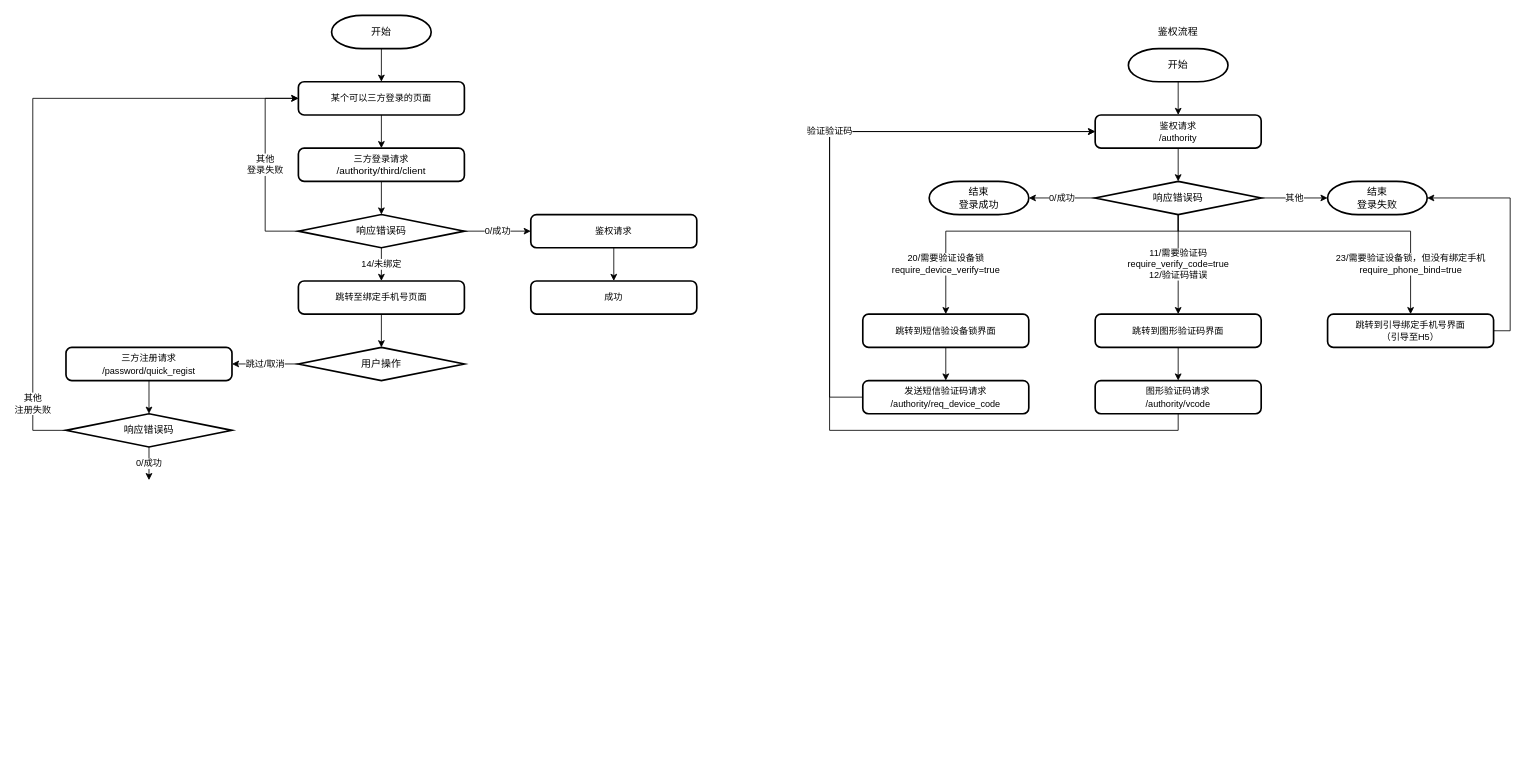
Above: ThirdBindPhone.drawio in Cmdone/Draw.io (draw.io), before the change. Source tidied: cells renumbered, new cells numbered last; positions are measured from the earlier drawing's top-left corner, leaving out a move shared by most shapes. Both pictures are drawn from the tidied source at 83%, with x=0, y=0 at pixel (32, 15).
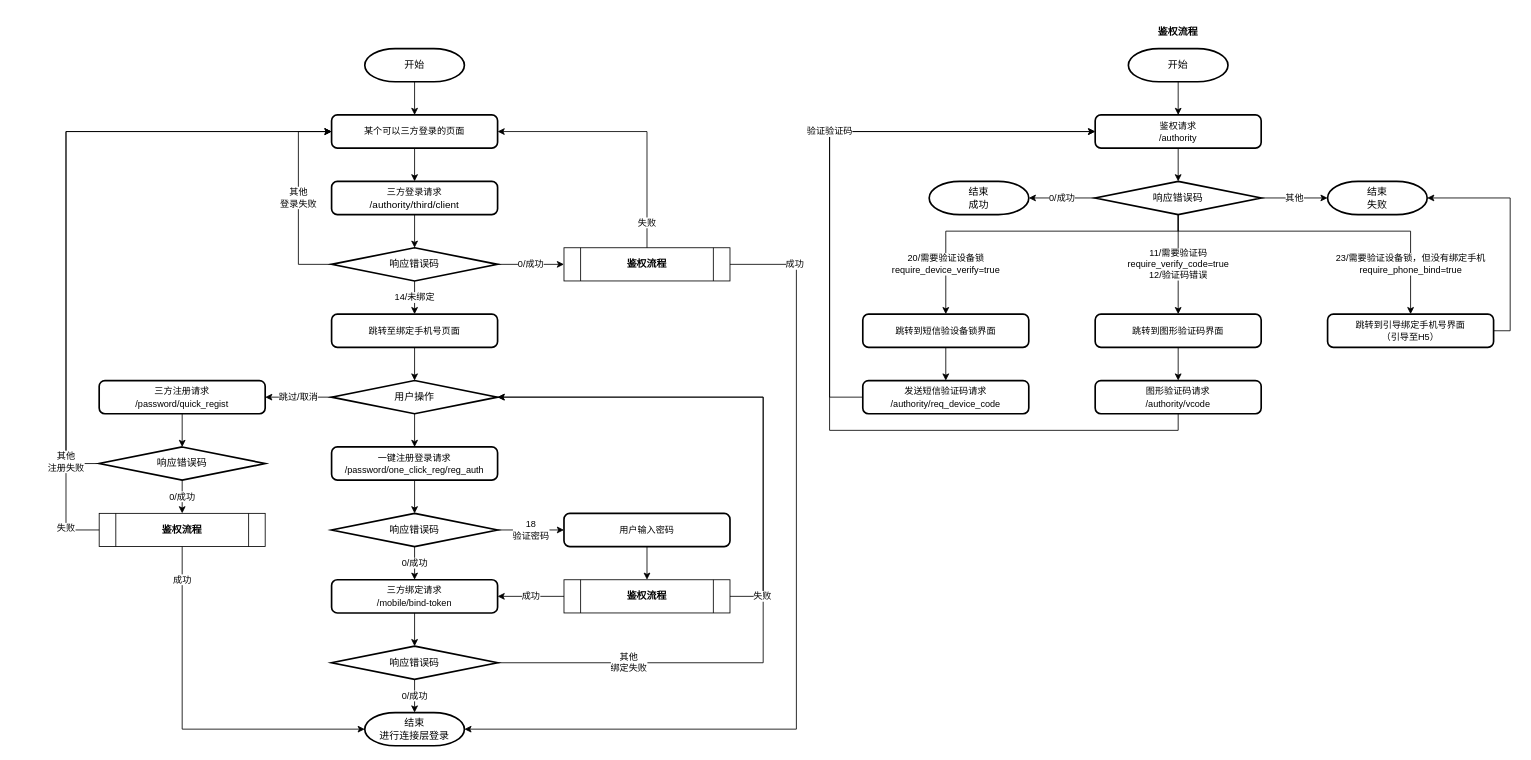
The same page after the edit.

Diff of the diagram source:
```diff
@@
+    <mxCell id="47" value="其他&lt;br&gt;绑定失败" style="edgeStyle=orthogonalEdgeStyle;rounded=0;jettySize=auto;html=1;exitX=1;exitY=0.5;exitDx=0;exitDy=0;exitPerimeter=0;entryX=1;entryY=0.5;entryDx=0;entryDy=0;entryPerimeter=0;" parent="1" edge="1" source="68" target="15">
+      <mxGeometry x="-0.67" relative="1" as="geometry">
+        <Array as="points">
+          <mxPoint x="880" y="780" />
+          <mxPoint x="880" y="460" />
+        </Array>
+      </mxGeometry>
+    </mxCell>
+    <mxCell id="48" value="失败" style="edgeStyle=orthogonalEdgeStyle;rounded=0;jettySize=auto;html=1;exitX=0;exitY=0.5;exitDx=0;exitDy=0;entryX=0;entryY=0.5;entryDx=0;entryDy=0;" parent="1" edge="1" source="54" target="18">
+      <mxGeometry x="-0.9" relative="1" as="geometry">
+        <Array as="points">
+          <mxPoint x="40" y="620" />
+          <mxPoint x="40" y="140" />
+        </Array>
+      </mxGeometry>
+    </mxCell>
@@
     <mxCell id="3" value="&lt;span style=&quot;font-size: 11px ; background-color: rgb(255 , 255 , 255)&quot;&gt;三方登录请求&lt;/span&gt;&lt;br&gt;/authority/third/client" style="rounded=1;whiteSpace=wrap;html=1;absoluteArcSize=1;arcSize=14;strokeWidth=2;fillColor=none;" parent="1" vertex="1">
-      <mxGeometry x="320" y="160" width="200" height="40" as="geometry" />
+      <mxGeometry x="360" y="200" width="200" height="40" as="geometry" />
     </mxCell>
@@
-    <mxCell id="5" value="0/成功" style="edgeStyle=orthogonalEdgeStyle;rounded=0;jettySize=auto;html=1;exitX=1;exitY=0.5;exitDx=0;exitDy=0;exitPerimeter=0;entryX=0;entryY=0.5;entryDx=0;entryDy=0;" parent="1" edge="1" source="8" target="10">
+    <mxCell id="5" value="0/成功" style="edgeStyle=orthogonalEdgeStyle;rounded=0;jettySize=auto;html=1;exitX=1;exitY=0.5;exitDx=0;exitDy=0;exitPerimeter=0;" parent="1" edge="1" source="8" target="52">
       <mxGeometry relative="1" as="geometry" />
     </mxCell>
@@
     <mxCell id="7" value="其他&lt;br&gt;登录失败" style="edgeStyle=orthogonalEdgeStyle;rounded=0;jettySize=auto;html=1;exitX=0;exitY=0.5;exitDx=0;exitDy=0;exitPerimeter=0;entryX=0;entryY=0.5;entryDx=0;entryDy=0;" parent="1" edge="1" source="8" target="18">
       <mxGeometry relative="1" as="geometry">
         <Array as="points">
-          <mxPoint x="280" y="260" />
-          <mxPoint x="280" y="100" />
+          <mxPoint x="320" y="300" />
+          <mxPoint x="320" y="140" />
         </Array>
       </mxGeometry>
     </mxCell>
     <mxCell id="8" value="响应错误码" style="strokeWidth=2;html=1;shape=mxgraph.flowchart.decision;whiteSpace=wrap;fillColor=none;" parent="1" vertex="1">
-      <mxGeometry x="320" y="240" width="200" height="40" as="geometry" />
+      <mxGeometry x="360" y="280" width="200" height="40" as="geometry" />
     </mxCell>
-    <mxCell id="9" style="edgeStyle=orthogonalEdgeStyle;rounded=0;jettySize=auto;html=1;exitX=0.5;exitY=1;exitDx=0;exitDy=0;entryX=0.5;entryY=0;entryDx=0;entryDy=0;" parent="1" edge="1" source="10" target="11">
-      <mxGeometry relative="1" as="geometry" />
-    </mxCell>
-    <mxCell id="10" value="&lt;span style=&quot;font-size: 11px ; background-color: rgb(255 , 255 , 255)&quot;&gt;鉴权请求&lt;/span&gt;" style="rounded=1;whiteSpace=wrap;html=1;absoluteArcSize=1;arcSize=14;strokeWidth=2;fillColor=none;" parent="1" vertex="1">
-      <mxGeometry x="600" y="240" width="200" height="40" as="geometry" />
-    </mxCell>
-    <mxCell id="11" value="&lt;span style=&quot;font-size: 11px ; background-color: rgb(255 , 255 , 255)&quot;&gt;成功&lt;/span&gt;" style="rounded=1;whiteSpace=wrap;html=1;absoluteArcSize=1;arcSize=14;strokeWidth=2;fillColor=none;" parent="1" vertex="1">
-      <mxGeometry x="600" y="320" width="200" height="40" as="geometry" />
-    </mxCell>
@@
     <mxCell id="13" value="&lt;span style=&quot;font-size: 11px ; background-color: rgb(255 , 255 , 255)&quot;&gt;跳转至绑定手机号页面&lt;/span&gt;" style="rounded=1;whiteSpace=wrap;html=1;absoluteArcSize=1;arcSize=14;strokeWidth=2;fillColor=none;" parent="1" vertex="1">
-      <mxGeometry x="320" y="320" width="200" height="40" as="geometry" />
+      <mxGeometry x="360" y="360" width="200" height="40" as="geometry" />
     </mxCell>
@@
+    <mxCell id="49" style="edgeStyle=orthogonalEdgeStyle;rounded=0;jettySize=auto;html=1;exitX=0.5;exitY=1;exitDx=0;exitDy=0;exitPerimeter=0;" parent="1" edge="1" source="15" target="56">
+      <mxGeometry relative="1" as="geometry" />
+    </mxCell>
     <mxCell id="15" value="用户操作" style="strokeWidth=2;html=1;shape=mxgraph.flowchart.decision;whiteSpace=wrap;fillColor=none;" parent="1" vertex="1">
-      <mxGeometry x="320" y="400" width="200" height="40" as="geometry" />
+      <mxGeometry x="360" y="440" width="200" height="40" as="geometry" />
     </mxCell>
@@
     <mxCell id="17" value="&lt;span style=&quot;background-color: rgb(255 , 255 , 255)&quot;&gt;&lt;span style=&quot;font-size: 11px&quot;&gt;三方注册请求&lt;/span&gt;&lt;br&gt;&lt;span style=&quot;font-size: 11px&quot;&gt;/password/quick_regist&lt;/span&gt;&lt;br&gt;&lt;/span&gt;" style="rounded=1;whiteSpace=wrap;html=1;absoluteArcSize=1;arcSize=14;strokeWidth=2;fillColor=none;" parent="1" vertex="1">
-      <mxGeometry x="40" y="400" width="200" height="40" as="geometry" />
+      <mxGeometry x="80" y="440" width="200" height="40" as="geometry" />
     </mxCell>
     <mxCell id="18" value="&lt;span style=&quot;font-size: 11px ; background-color: rgb(255 , 255 , 255)&quot;&gt;某个可以三方登录的页面&lt;/span&gt;" style="rounded=1;whiteSpace=wrap;html=1;absoluteArcSize=1;arcSize=14;strokeWidth=2;fillColor=none;" parent="1" vertex="1">
-      <mxGeometry x="320" y="80" width="200" height="40" as="geometry" />
+      <mxGeometry x="360" y="120" width="200" height="40" as="geometry" />
     </mxCell>
@@
     <mxCell id="20" value="开始" style="strokeWidth=2;html=1;shape=mxgraph.flowchart.terminator;whiteSpace=wrap;fillColor=none;" parent="1" vertex="1">
-      <mxGeometry x="360" width="120" height="40" as="geometry" />
+      <mxGeometry x="400" y="40" width="120" height="40" as="geometry" />
     </mxCell>
     <mxCell id="21" value="其他&lt;br&gt;注册失败" style="edgeStyle=orthogonalEdgeStyle;rounded=0;jettySize=auto;html=1;exitX=0;exitY=0.5;exitDx=0;exitDy=0;exitPerimeter=0;entryX=0;entryY=0.5;entryDx=0;entryDy=0;" parent="1" edge="1" source="23" target="18">
-      <mxGeometry x="-0.89" y="-30" relative="1" as="geometry">
+      <mxGeometry x="-0.89" relative="1" as="geometry">
         <Array as="points">
-          <mxPoint y="500" />
-          <mxPoint y="100" />
+          <mxPoint x="40" y="540" />
+          <mxPoint x="40" y="140" />
         </Array>
-        <mxPoint x="-30" y="-30" as="offset" />
       </mxGeometry>
     </mxCell>
-    <mxCell id="22" value="0/成功" style="edgeStyle=orthogonalEdgeStyle;rounded=0;jettySize=auto;html=1;exitX=0.5;exitY=1;exitDx=0;exitDy=0;exitPerimeter=0;entryX=0.5;entryY=0;entryDx=0;entryDy=0;" parent="1" edge="1" source="23">
-      <mxGeometry relative="1" as="geometry">
-        <mxPoint x="140" y="560" as="targetPoint" />
-      </mxGeometry>
+    <mxCell id="22" value="0/成功" style="edgeStyle=orthogonalEdgeStyle;rounded=0;jettySize=auto;html=1;exitX=0.5;exitY=1;exitDx=0;exitDy=0;exitPerimeter=0;" parent="1" edge="1" source="23" target="54">
+      <mxGeometry relative="1" as="geometry" />
     </mxCell>
     <mxCell id="23" value="响应错误码" style="strokeWidth=2;html=1;shape=mxgraph.flowchart.decision;whiteSpace=wrap;fillColor=none;" parent="1" vertex="1">
-      <mxGeometry x="40" y="480" width="200" height="40" as="geometry" />
+      <mxGeometry x="80" y="520" width="200" height="40" as="geometry" />
     </mxCell>
@@
-    <mxCell id="40" value="结束&lt;br&gt;登录成功" style="strokeWidth=2;html=1;shape=mxgraph.flowchart.terminator;whiteSpace=wrap;fillColor=none;" parent="1" vertex="1">
+    <mxCell id="40" value="结束&lt;br&gt;成功" style="strokeWidth=2;html=1;shape=mxgraph.flowchart.terminator;whiteSpace=wrap;fillColor=none;" parent="1" vertex="1">
       <mxGeometry x="1080" y="200" width="120" height="40" as="geometry" />
     </mxCell>
-    <mxCell id="41" value="结束&lt;br&gt;登录失败" style="strokeWidth=2;html=1;shape=mxgraph.flowchart.terminator;whiteSpace=wrap;fillColor=none;" parent="1" vertex="1">
+    <mxCell id="41" value="结束&lt;br&gt;失败" style="strokeWidth=2;html=1;shape=mxgraph.flowchart.terminator;whiteSpace=wrap;fillColor=none;" parent="1" vertex="1">
       <mxGeometry x="1560" y="200" width="120" height="40" as="geometry" />
     </mxCell>
@@
-    <mxCell id="46" value="鉴权流程" style="text;html=1;strokeColor=none;fillColor=none;align=center;verticalAlign=middle;whiteSpace=wrap;rounded=0;" parent="1" vertex="1">
+    <mxCell id="46" value="鉴权流程" style="text;html=1;strokeColor=none;fillColor=none;align=center;verticalAlign=middle;whiteSpace=wrap;rounded=0;fontStyle=1;" parent="1" vertex="1">
       <mxGeometry x="1320" y="10" width="120" height="20" as="geometry" />
     </mxCell>
+    <mxCell id="50" value="失败" style="edgeStyle=orthogonalEdgeStyle;rounded=0;jettySize=auto;html=1;exitX=0.5;exitY=0;exitDx=0;exitDy=0;entryX=1;entryY=0.5;entryDx=0;entryDy=0;" parent="1" edge="1" source="52" target="18">
+      <mxGeometry x="-0.81" relative="1" as="geometry" />
+    </mxCell>
+    <mxCell id="51" value="成功" style="edgeStyle=orthogonalEdgeStyle;rounded=0;jettySize=auto;html=1;exitX=1;exitY=0.5;exitDx=0;exitDy=0;entryX=1;entryY=0.5;entryDx=0;entryDy=0;entryPerimeter=0;" parent="1" edge="1" source="52" target="69">
+      <mxGeometry x="-0.85" relative="1" as="geometry">
+        <Array as="points">
+          <mxPoint x="920" y="300" />
+          <mxPoint x="920" y="860" />
+        </Array>
+      </mxGeometry>
+    </mxCell>
+    <mxCell id="52" value="鉴权流程" style="shape=process;whiteSpace=wrap;html=1;backgroundOutline=1;fillColor=none;fontStyle=1;" parent="1" vertex="1">
+      <mxGeometry x="640" y="280" width="200" height="40" as="geometry" />
+    </mxCell>
+    <mxCell id="53" value="成功" style="edgeStyle=orthogonalEdgeStyle;rounded=0;jettySize=auto;html=1;exitX=0.5;exitY=1;exitDx=0;exitDy=0;entryX=0;entryY=0.5;entryDx=0;entryDy=0;entryPerimeter=0;" parent="1" edge="1" source="54" target="69">
+      <mxGeometry x="-0.82" relative="1" as="geometry" />
+    </mxCell>
+    <mxCell id="54" value="鉴权流程" style="shape=process;whiteSpace=wrap;html=1;backgroundOutline=1;fillColor=none;fontStyle=1;" parent="1" vertex="1">
+      <mxGeometry x="80" y="600" width="200" height="40" as="geometry" />
+    </mxCell>
+    <mxCell id="55" style="edgeStyle=orthogonalEdgeStyle;rounded=0;jettySize=auto;html=1;exitX=0.5;exitY=1;exitDx=0;exitDy=0;" parent="1" edge="1" source="56" target="59">
+      <mxGeometry relative="1" as="geometry" />
+    </mxCell>
+    <mxCell id="56" value="&lt;span style=&quot;background-color: rgb(255 , 255 , 255)&quot;&gt;&lt;span style=&quot;font-size: 11px&quot;&gt;一键注册登录请求&lt;/span&gt;&lt;br&gt;&lt;span style=&quot;font-size: 11px&quot;&gt;/password/one_click_reg/reg_auth&lt;/span&gt;&lt;br&gt;&lt;/span&gt;" style="rounded=1;whiteSpace=wrap;html=1;absoluteArcSize=1;arcSize=14;strokeWidth=2;fillColor=none;" parent="1" vertex="1">
+      <mxGeometry x="360" y="520" width="200" height="40" as="geometry" />
+    </mxCell>
+    <mxCell id="57" value="18&lt;br&gt;验证密码" style="edgeStyle=orthogonalEdgeStyle;rounded=0;jettySize=auto;html=1;exitX=1;exitY=0.5;exitDx=0;exitDy=0;exitPerimeter=0;" parent="1" edge="1" source="59" target="61">
+      <mxGeometry relative="1" as="geometry" />
+    </mxCell>
+    <mxCell id="58" value="0/成功" style="edgeStyle=orthogonalEdgeStyle;rounded=0;jettySize=auto;html=1;exitX=0.5;exitY=1;exitDx=0;exitDy=0;exitPerimeter=0;" parent="1" edge="1" source="59" target="66">
+      <mxGeometry relative="1" as="geometry" />
+    </mxCell>
+    <mxCell id="59" value="响应错误码" style="strokeWidth=2;html=1;shape=mxgraph.flowchart.decision;whiteSpace=wrap;fillColor=none;" parent="1" vertex="1">
+      <mxGeometry x="360" y="600" width="200" height="40" as="geometry" />
+    </mxCell>
+    <mxCell id="60" style="edgeStyle=orthogonalEdgeStyle;rounded=0;jettySize=auto;html=1;exitX=0.5;exitY=1;exitDx=0;exitDy=0;entryX=0.5;entryY=0;entryDx=0;entryDy=0;" parent="1" edge="1" source="61" target="64">
+      <mxGeometry relative="1" as="geometry" />
+    </mxCell>
+    <mxCell id="61" value="&lt;span style=&quot;background-color: rgb(255 , 255 , 255)&quot;&gt;&lt;span style=&quot;font-size: 11px&quot;&gt;用户输入密码&lt;/span&gt;&lt;br&gt;&lt;/span&gt;" style="rounded=1;whiteSpace=wrap;html=1;absoluteArcSize=1;arcSize=14;strokeWidth=2;fillColor=none;" parent="1" vertex="1">
+      <mxGeometry x="640" y="600" width="200" height="40" as="geometry" />
+    </mxCell>
+    <mxCell id="62" value="成功" style="edgeStyle=orthogonalEdgeStyle;rounded=0;jettySize=auto;html=1;exitX=0;exitY=0.5;exitDx=0;exitDy=0;entryX=1;entryY=0.5;entryDx=0;entryDy=0;" parent="1" edge="1" source="64" target="66">
+      <mxGeometry relative="1" as="geometry" />
+    </mxCell>
+    <mxCell id="63" value="失败" style="edgeStyle=orthogonalEdgeStyle;rounded=0;jettySize=auto;html=1;exitX=1;exitY=0.5;exitDx=0;exitDy=0;entryX=1;entryY=0.5;entryDx=0;entryDy=0;entryPerimeter=0;" parent="1" edge="1" source="64" target="15">
+      <mxGeometry x="-0.87" relative="1" as="geometry">
+        <Array as="points">
+          <mxPoint x="880" y="700" />
+          <mxPoint x="880" y="460" />
+        </Array>
+      </mxGeometry>
+    </mxCell>
+    <mxCell id="64" value="鉴权流程" style="shape=process;whiteSpace=wrap;html=1;backgroundOutline=1;fillColor=none;fontStyle=1;" parent="1" vertex="1">
+      <mxGeometry x="640" y="680" width="200" height="40" as="geometry" />
+    </mxCell>
+    <mxCell id="65" style="edgeStyle=orthogonalEdgeStyle;rounded=0;jettySize=auto;html=1;exitX=0.5;exitY=1;exitDx=0;exitDy=0;entryX=0.5;entryY=0;entryDx=0;entryDy=0;entryPerimeter=0;" parent="1" edge="1" source="66" target="68">
+      <mxGeometry relative="1" as="geometry" />
+    </mxCell>
+    <mxCell id="66" value="&lt;span style=&quot;background-color: rgb(255 , 255 , 255)&quot;&gt;&lt;span style=&quot;font-size: 11px&quot;&gt;三方绑定请求&lt;/span&gt;&lt;br&gt;&lt;span style=&quot;font-size: 11px&quot;&gt;/mobile/bind-token&lt;/span&gt;&lt;br&gt;&lt;/span&gt;" style="rounded=1;whiteSpace=wrap;html=1;absoluteArcSize=1;arcSize=14;strokeWidth=2;fillColor=none;" parent="1" vertex="1">
+      <mxGeometry x="360" y="680" width="200" height="40" as="geometry" />
+    </mxCell>
+    <mxCell id="67" value="0/成功" style="edgeStyle=orthogonalEdgeStyle;rounded=0;jettySize=auto;html=1;exitX=0.5;exitY=1;exitDx=0;exitDy=0;exitPerimeter=0;entryX=0.5;entryY=0;entryDx=0;entryDy=0;entryPerimeter=0;" parent="1" edge="1" source="68" target="69">
+      <mxGeometry relative="1" as="geometry" />
+    </mxCell>
+    <mxCell id="68" value="响应错误码" style="strokeWidth=2;html=1;shape=mxgraph.flowchart.decision;whiteSpace=wrap;fillColor=none;" parent="1" vertex="1">
+      <mxGeometry x="360" y="760" width="200" height="40" as="geometry" />
+    </mxCell>
+    <mxCell id="69" value="结束&lt;br&gt;进行连接层登录" style="strokeWidth=2;html=1;shape=mxgraph.flowchart.terminator;whiteSpace=wrap;fillColor=none;" parent="1" vertex="1">
+      <mxGeometry x="400" y="840" width="120" height="40" as="geometry" />
+    </mxCell>
```
